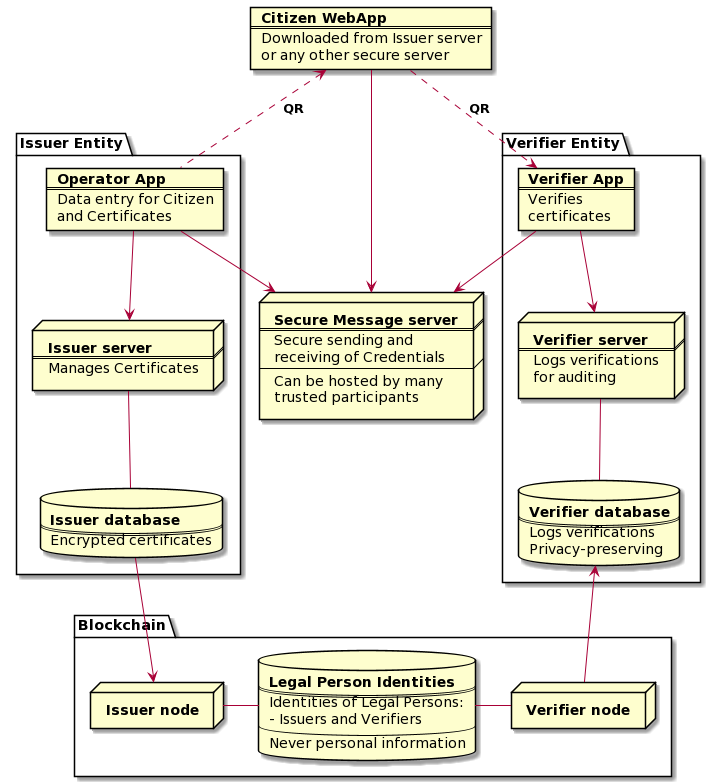
This is images/SafeIsland_Components.png from kemalbehram/SafeIsland, a PlantUML export, as it was before one commit.
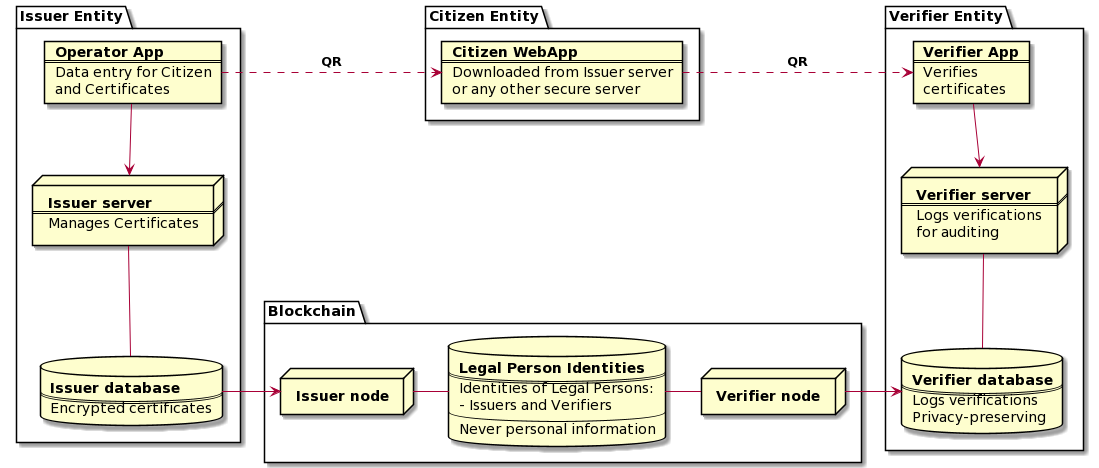
Above is the later version.

Diff of the diagram source:
```diff
@@ -24,6 +24,8 @@
 
 }
 
+package "Citizen Entity" {
+
   card CitizenApp [
     <b>Citizen WebApp
     ====
@@ -31,17 +33,7 @@
     or any other secure server
   ]
 
-  node SecureMessageServer [
-    <b>Secure Message server
-    ====
-    Secure sending and
-    receiving of Credentials
-    ---
-    Can be hosted by many
-    trusted participants
-  ]
-
-
+}
 
 package "Verifier Entity" {
 
@@ -91,20 +83,20 @@
 
 }
 
-OperatorApp .u.> CitizenApp: <b>QR</b>
+IssuerDatabase -right-> IssuerNode
+
+
+OperatorApp .right.> CitizenApp: <b>QR</b>
+CitizenApp .right.> VerifierApp: <b>QR</b>
 OperatorApp --> IssuerServer
 IssuerServer -- IssuerDatabase
-OperatorApp --> SecureMessageServer
-CitizenApp --> SecureMessageServer
-CitizenApp .d.> VerifierApp: <b>QR</b>
-VerifierApp --> SecureMessageServer
+
+IssuerNode -r- Identities
+VerifierNode -l- Identities
+
+
+VerifierNode -right-> VerifierDatabase
 
 VerifierApp --> VerifierServer
 VerifierServer -- VerifierDatabase
-
-IssuerDatabase --> IssuerNode
-VerifierNode -u-> VerifierDatabase
-
-IssuerNode -r- Identities
-VerifierNode -l- Identities
 @enduml
```
